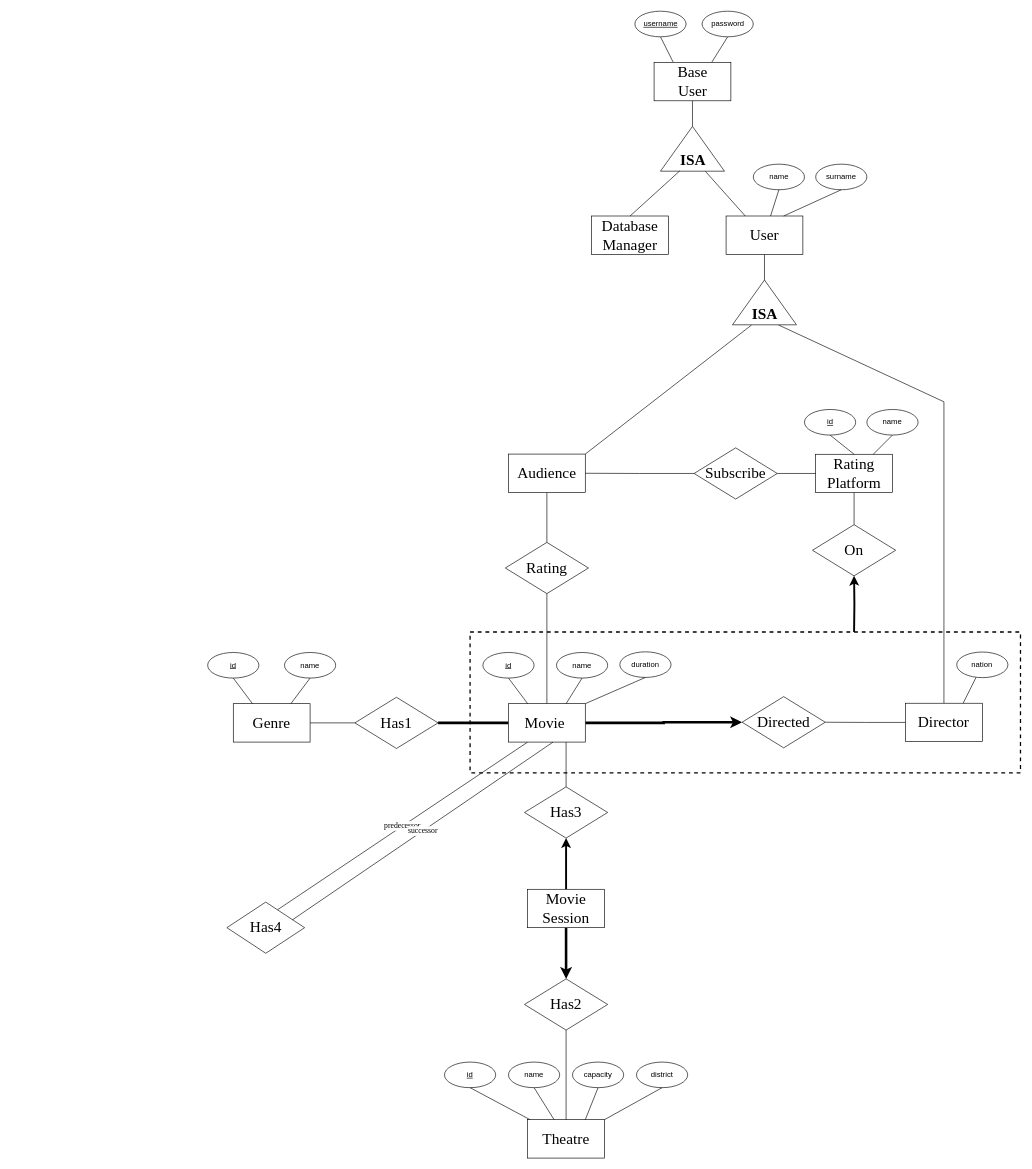
Above: er.drawio in bahadirgezer/cmpe321 (draw.io), before the change. Source tidied: cells renumbered, new cells numbered last; positions are measured from the earlier drawing's top-left corner, leaving out a move shared by most shapes. Both pictures are drawn from the tidied source at 64%, with x=0, y=0 at pixel (207, 11).
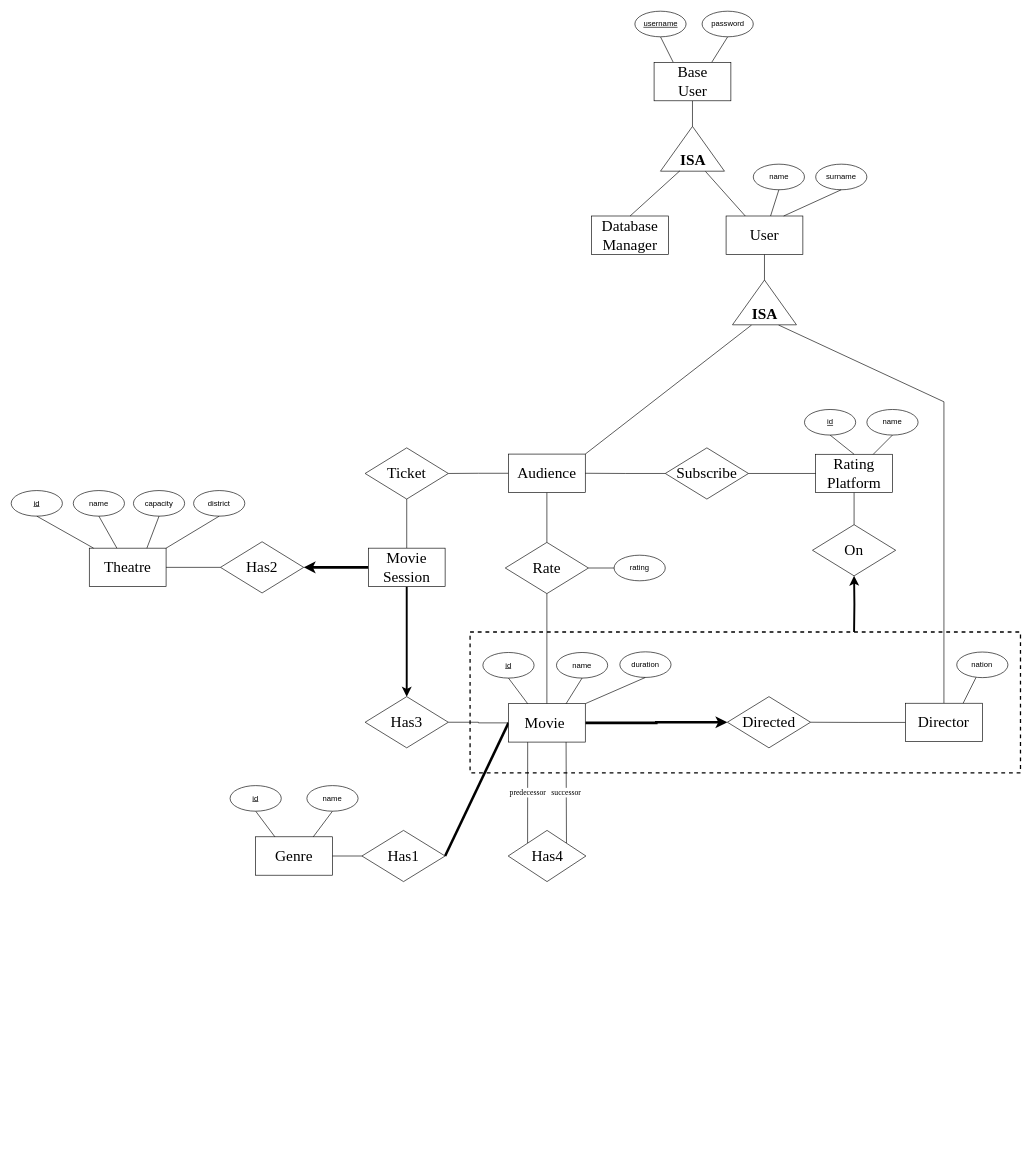
The same diagram, later.

Commit message:
added ticket relation

Unchanged cells that the change refers to:
```xml
<mxCell id="9" value="&lt;font style=&quot;font-size: 24px;&quot;&gt;Audience&lt;/font&gt;" style="rounded=0;whiteSpace=wrap;html=1;fontFamily=Times New Roman;" parent="1" vertex="1">
  <mxGeometry x="470" y="692" width="120" height="60" as="geometry" />
</mxCell>
<mxCell id="43" value="&lt;font style=&quot;font-size: 24px;&quot;&gt;Movie&amp;nbsp;&lt;/font&gt;" style="rounded=0;whiteSpace=wrap;html=1;fontFamily=Times New Roman;" parent="1" vertex="1">
  <mxGeometry x="470" y="1082" width="120" height="60" as="geometry" />
</mxCell>
```

The edit, as a diff of the source:
```diff
@@
+    <mxCell id="77" style="edgeStyle=orthogonalEdgeStyle;rounded=0;jettySize=auto;html=1;exitX=0;exitY=0.5;exitDx=0;exitDy=0;entryX=1;entryY=0.5;entryDx=0;entryDy=0;fontFamily=Helvetica;fontSize=12;fontColor=default;endArrow=none;endFill=0;" parent="1" edge="1" source="9" target="81">
+      <mxGeometry relative="1" as="geometry" />
+    </mxCell>
@@
-    <mxCell id="22" value="&lt;font style=&quot;font-size: 24px;&quot; face=&quot;Times New Roman&quot;&gt;Rating&lt;/font&gt;" style="rhombus;whiteSpace=wrap;html=1;" parent="1" vertex="1">
+    <mxCell id="22" value="&lt;font style=&quot;font-size: 24px;&quot; face=&quot;Times New Roman&quot;&gt;Rate&lt;/font&gt;" style="rhombus;whiteSpace=wrap;html=1;" parent="1" vertex="1">
       <mxGeometry x="465" y="830" width="130" height="80" as="geometry" />
     </mxCell>
@@
     <mxCell id="25" value="&lt;font style=&quot;font-size: 24px;&quot; face=&quot;Times New Roman&quot;&gt;Subscribe&lt;/font&gt;" style="rhombus;whiteSpace=wrap;html=1;" parent="1" vertex="1">
-      <mxGeometry x="760" y="682.3" width="130" height="80" as="geometry" />
+      <mxGeometry x="715" y="682.3" width="130" height="80" as="geometry" />
     </mxCell>
@@
     <mxCell id="31" value="&lt;font style=&quot;font-size: 24px;&quot;&gt;Genre&lt;/font&gt;" style="rounded=0;whiteSpace=wrap;html=1;fontFamily=Times New Roman;" parent="1" vertex="1">
-      <mxGeometry x="40" y="1082" width="120" height="60" as="geometry" />
+      <mxGeometry x="75" y="1290" width="120" height="60" as="geometry" />
     </mxCell>
@@
     <mxCell id="33" value="&lt;u&gt;id&lt;/u&gt;" style="ellipse;whiteSpace=wrap;html=1;" parent="1" vertex="1">
-      <mxGeometry y="1002" width="80" height="40" as="geometry" />
+      <mxGeometry x="35" y="1210" width="80" height="40" as="geometry" />
     </mxCell>
@@
     <mxCell id="35" value="name" style="ellipse;whiteSpace=wrap;html=1;" parent="1" vertex="1">
-      <mxGeometry x="120" y="1002" width="80" height="40" as="geometry" />
+      <mxGeometry x="155" y="1210" width="80" height="40" as="geometry" />
     </mxCell>
@@
-    <mxCell id="37" style="edgeStyle=orthogonalEdgeStyle;rounded=0;jettySize=auto;html=1;entryX=1;entryY=0.5;entryDx=0;entryDy=0;endArrow=none;endFill=0;strokeWidth=4;exitX=0;exitY=0.5;exitDx=0;exitDy=0;" parent="1" edge="1" source="43" target="38">
+    <mxCell id="37" style="rounded=0;jettySize=auto;html=1;entryX=1;entryY=0.5;entryDx=0;entryDy=0;endArrow=none;endFill=0;strokeWidth=4;exitX=0;exitY=0.5;exitDx=0;exitDy=0;" parent="1" edge="1" source="43" target="38">
       <mxGeometry relative="1" as="geometry" />
     </mxCell>
     <mxCell id="38" value="&lt;font style=&quot;font-size: 24px;&quot; face=&quot;Times New Roman&quot;&gt;Has1&lt;/font&gt;" style="rhombus;whiteSpace=wrap;html=1;" parent="1" vertex="1">
-      <mxGeometry x="230" y="1072" width="130" height="80" as="geometry" />
+      <mxGeometry x="241" y="1280" width="130" height="80" as="geometry" />
     </mxCell>
@@
-    <mxCell id="40" style="rounded=0;jettySize=auto;html=1;entryX=0.5;entryY=0;entryDx=0;entryDy=0;fontFamily=Helvetica;fontSize=12;fontColor=default;endArrow=none;endFill=0;exitX=0.75;exitY=1;exitDx=0;exitDy=0;" parent="1" edge="1" source="43" target="68">
+    <mxCell id="40" style="rounded=0;jettySize=auto;html=1;entryX=1;entryY=0.5;entryDx=0;entryDy=0;fontFamily=Helvetica;fontSize=12;fontColor=default;endArrow=none;endFill=0;edgeStyle=orthogonalEdgeStyle;" parent="1" edge="1" source="43" target="68">
       <mxGeometry relative="1" as="geometry" />
     </mxCell>
-    <mxCell id="41" value="&lt;font face=&quot;Times New Roman&quot;&gt;predecessor&lt;/font&gt;" style="rounded=0;jettySize=auto;html=1;exitX=0.25;exitY=1;exitDx=0;exitDy=0;entryX=0.648;entryY=0.154;entryDx=0;entryDy=0;fontFamily=Helvetica;fontSize=12;fontColor=default;endArrow=none;endFill=0;entryPerimeter=0;" parent="1" edge="1" source="43" target="76">
+    <mxCell id="41" value="&lt;font face=&quot;Times New Roman&quot;&gt;predecessor&lt;/font&gt;" style="rounded=0;jettySize=auto;html=1;entryX=0;entryY=0;entryDx=0;entryDy=0;fontFamily=Helvetica;fontSize=12;fontColor=default;endArrow=none;endFill=0;exitX=0.25;exitY=1;exitDx=0;exitDy=0;" parent="1" edge="1" source="43" target="76">
       <mxGeometry relative="1" as="geometry" />
     </mxCell>
@@
-    <mxCell id="48" style="edgeStyle=orthogonalEdgeStyle;rounded=0;jettySize=auto;html=1;exitX=0.5;exitY=1;exitDx=0;exitDy=0;entryX=0.5;entryY=0;entryDx=0;entryDy=0;endArrow=classic;endFill=1;strokeWidth=4;" parent="1" edge="1" source="63" target="51">
+    <mxCell id="48" style="edgeStyle=orthogonalEdgeStyle;rounded=0;jettySize=auto;html=1;exitX=0;exitY=0.5;exitDx=0;exitDy=0;entryX=1;entryY=0.5;entryDx=0;entryDy=0;endArrow=classic;endFill=1;strokeWidth=4;" parent="1" edge="1" source="63" target="51">
       <mxGeometry relative="1" as="geometry" />
     </mxCell>
     <mxCell id="49" value="&lt;font style=&quot;font-size: 24px;&quot;&gt;Theatre&lt;/font&gt;" style="rounded=0;whiteSpace=wrap;html=1;fontFamily=Times New Roman;" parent="1" vertex="1">
-      <mxGeometry x="500" y="1732" width="120" height="60" as="geometry" />
+      <mxGeometry x="-185" y="839" width="120" height="60" as="geometry" />
     </mxCell>
-    <mxCell id="50" style="edgeStyle=orthogonalEdgeStyle;rounded=0;jettySize=auto;html=1;exitX=0.5;exitY=0;exitDx=0;exitDy=0;endArrow=none;endFill=0;entryX=0.5;entryY=1;entryDx=0;entryDy=0;" parent="1" edge="1" source="49" target="51">
+    <mxCell id="50" style="edgeStyle=orthogonalEdgeStyle;rounded=0;jettySize=auto;html=1;exitX=1;exitY=0.5;exitDx=0;exitDy=0;endArrow=none;endFill=0;entryX=0;entryY=0.5;entryDx=0;entryDy=0;" parent="1" edge="1" source="49" target="51">
       <mxGeometry relative="1" as="geometry" />
     </mxCell>
     <mxCell id="51" value="&lt;font style=&quot;font-size: 24px;&quot; face=&quot;Times New Roman&quot;&gt;Has2&lt;/font&gt;" style="rhombus;whiteSpace=wrap;html=1;" parent="1" vertex="1">
-      <mxGeometry x="495" y="1512" width="130" height="80" as="geometry" />
+      <mxGeometry x="20" y="829" width="130" height="80" as="geometry" />
     </mxCell>
     <mxCell id="52" value="&lt;u&gt;id&lt;/u&gt;" style="ellipse;whiteSpace=wrap;html=1;" parent="1" vertex="1">
-      <mxGeometry x="370" y="1642" width="80" height="40" as="geometry" />
+      <mxGeometry x="-307" y="749" width="80" height="40" as="geometry" />
     </mxCell>
     <mxCell id="53" value="name" style="ellipse;whiteSpace=wrap;html=1;" parent="1" vertex="1">
-      <mxGeometry x="470" y="1642" width="80" height="40" as="geometry" />
+      <mxGeometry x="-210" y="749" width="80" height="40" as="geometry" />
     </mxCell>
     <mxCell id="54" value="capacity" style="ellipse;whiteSpace=wrap;html=1;" parent="1" vertex="1">
-      <mxGeometry x="570" y="1642" width="80" height="40" as="geometry" />
+      <mxGeometry x="-116" y="749" width="80" height="40" as="geometry" />
     </mxCell>
@@
     <mxCell id="58" value="district" style="ellipse;whiteSpace=wrap;html=1;" parent="1" vertex="1">
-      <mxGeometry x="670" y="1642" width="80" height="40" as="geometry" />
+      <mxGeometry x="-22" y="749" width="80" height="40" as="geometry" />
     </mxCell>
@@
-    <mxCell id="62" style="edgeStyle=orthogonalEdgeStyle;rounded=0;jettySize=auto;html=1;exitX=0.5;exitY=0;exitDx=0;exitDy=0;fontFamily=Helvetica;fontSize=12;fontColor=default;strokeWidth=3;" parent="1" edge="1" source="63" target="68">
+    <mxCell id="62" style="edgeStyle=orthogonalEdgeStyle;rounded=0;jettySize=auto;html=1;exitX=0.5;exitY=1;exitDx=0;exitDy=0;fontFamily=Helvetica;fontSize=12;fontColor=default;strokeWidth=3;" parent="1" edge="1" source="63" target="68">
       <mxGeometry relative="1" as="geometry" />
     </mxCell>
+    <mxCell id="78" style="edgeStyle=orthogonalEdgeStyle;rounded=0;jettySize=auto;html=1;exitX=0.5;exitY=0;exitDx=0;exitDy=0;entryX=0.5;entryY=1;entryDx=0;entryDy=0;fontFamily=Helvetica;fontSize=12;fontColor=default;endArrow=none;endFill=0;" parent="1" edge="1" source="63" target="81">
+      <mxGeometry relative="1" as="geometry" />
+    </mxCell>
     <mxCell id="63" value="&lt;font style=&quot;font-size: 24px;&quot;&gt;Movie Session&lt;/font&gt;" style="rounded=0;whiteSpace=wrap;html=1;fontFamily=Times New Roman;" parent="1" vertex="1">
-      <mxGeometry x="500" y="1372" width="120" height="60" as="geometry" />
+      <mxGeometry x="251" y="839" width="120" height="60" as="geometry" />
     </mxCell>
     <mxCell id="64" value="&lt;font style=&quot;font-size: 24px;&quot; face=&quot;Times New Roman&quot;&gt;Directed&lt;/font&gt;" style="rhombus;whiteSpace=wrap;html=1;" parent="1" vertex="1">
-      <mxGeometry x="835" y="1071" width="130" height="80" as="geometry" />
+      <mxGeometry x="812" y="1071" width="130" height="80" as="geometry" />
     </mxCell>
@@
     <mxCell id="68" value="&lt;font size=&quot;5&quot; face=&quot;Times New Roman&quot;&gt;Has3&lt;/font&gt;" style="rhombus;whiteSpace=wrap;html=1;" parent="1" vertex="1">
-      <mxGeometry x="495" y="1212" width="130" height="80" as="geometry" />
+      <mxGeometry x="246" y="1071" width="130" height="80" as="geometry" />
     </mxCell>
@@
-    <mxCell id="75" value="&lt;font face=&quot;Times New Roman&quot;&gt;successor&lt;/font&gt;" style="rounded=0;jettySize=auto;html=1;exitX=0.836;exitY=0.354;exitDx=0;exitDy=0;entryX=0.58;entryY=1;entryDx=0;entryDy=0;fontFamily=Helvetica;fontSize=12;fontColor=default;endArrow=none;endFill=0;exitPerimeter=0;entryPerimeter=0;" parent="1" edge="1" source="76" target="43">
+    <mxCell id="75" value="&lt;font face=&quot;Times New Roman&quot;&gt;successor&lt;/font&gt;" style="rounded=0;jettySize=auto;html=1;fontFamily=Helvetica;fontSize=12;fontColor=default;endArrow=none;endFill=0;entryX=1;entryY=0;entryDx=0;entryDy=0;exitX=0.75;exitY=1;exitDx=0;exitDy=0;" parent="1" edge="1" source="43" target="76">
       <mxGeometry relative="1" as="geometry" />
     </mxCell>
     <mxCell id="76" value="&lt;font size=&quot;5&quot; face=&quot;Times New Roman&quot;&gt;Has4&lt;/font&gt;" style="rhombus;whiteSpace=wrap;html=1;" parent="1" vertex="1">
-      <mxGeometry x="30" y="1392" width="121.5" height="80" as="geometry" />
+      <mxGeometry x="469.5" y="1280" width="121.5" height="80" as="geometry" />
     </mxCell>
+    <mxCell id="79" style="edgeStyle=orthogonalEdgeStyle;rounded=0;jettySize=auto;html=1;exitX=0;exitY=0.5;exitDx=0;exitDy=0;entryX=1;entryY=0.5;entryDx=0;entryDy=0;fontFamily=Helvetica;fontSize=12;fontColor=default;endArrow=none;endFill=0;" parent="1" edge="1" source="80" target="22">
+      <mxGeometry relative="1" as="geometry" />
+    </mxCell>
+    <mxCell id="80" value="rating" style="ellipse;whiteSpace=wrap;html=1;" parent="1" vertex="1">
+      <mxGeometry x="635" y="850" width="80" height="40" as="geometry" />
+    </mxCell>
+    <mxCell id="81" value="&lt;font style=&quot;font-size: 24px;&quot; face=&quot;Times New Roman&quot;&gt;Ticket&lt;/font&gt;" style="rhombus;whiteSpace=wrap;html=1;" parent="1" vertex="1">
+      <mxGeometry x="246" y="682.3" width="130" height="80" as="geometry" />
+    </mxCell>
```
